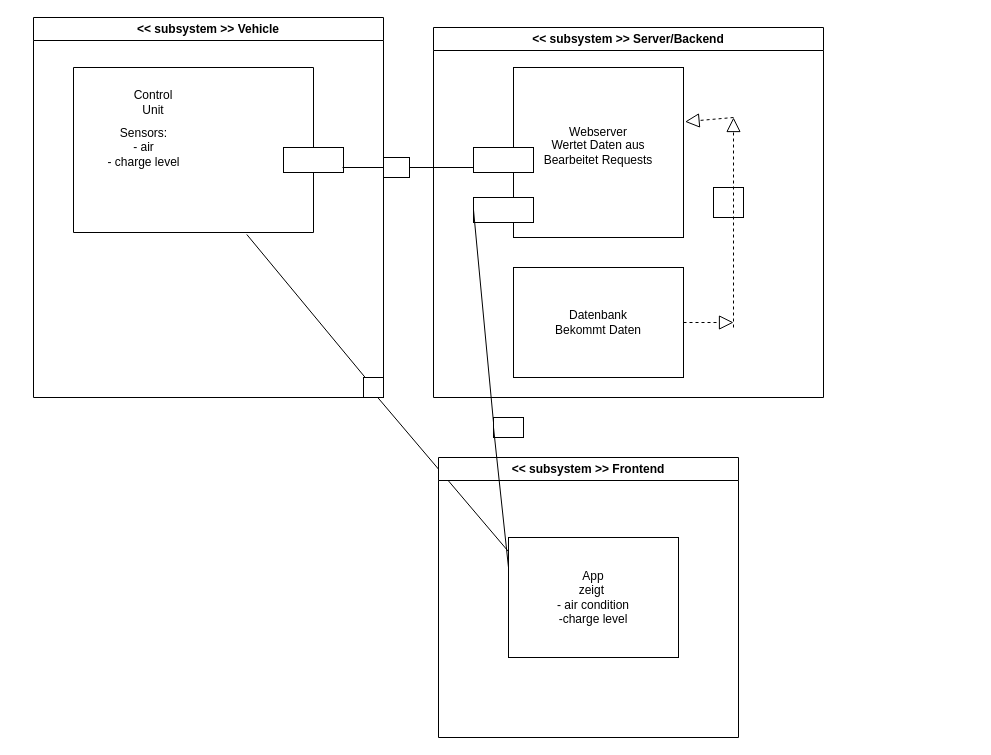
Before: Ass7-Q2.drawio in jasperangl/SE-Assignment-2, a draw.io diagram. Source tidied: cells renumbered, new cells numbered last; positions are measured from the earlier drawing's top-left corner, leaving out a move shared by most shapes. Both pictures are drawn from the tidied source at 100%, with x=0, y=0 at pixel (33, 17).
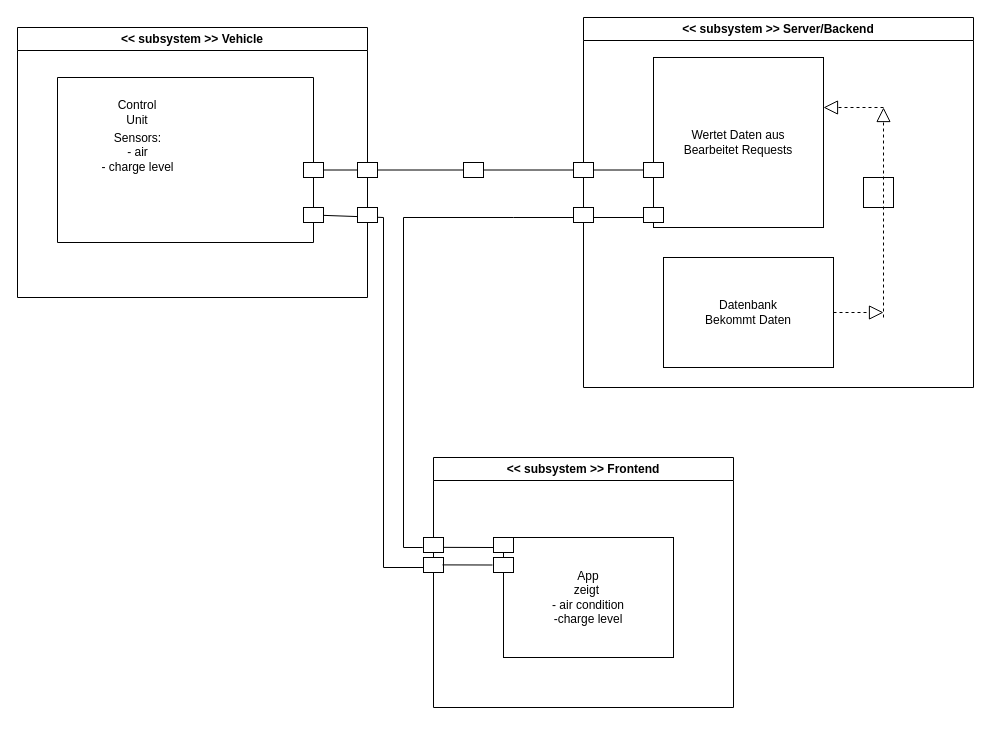
The same diagram, later.

Unchanged cells that the change refers to:
```xml
<mxCell id="19" value="App&lt;br&gt;zeigt&amp;nbsp;&lt;br&gt;- air condition&lt;br&gt;-charge level" style="rounded=0;whiteSpace=wrap;html=1;" parent="18" vertex="1">
  <mxGeometry x="70" y="80" width="170" height="120" as="geometry" />
</mxCell>
```

What changed in the source:
```diff
@@
-    <mxCell id="2" value="Wertet Daten aus&lt;br&gt;Bearbeitet Requests" style="whiteSpace=wrap;html=1;" parent="1" vertex="1">
-      <mxGeometry x="480" y="50" width="170" height="170" as="geometry" />
-    </mxCell>
-    <mxCell id="3" style="rounded=0;whiteSpace=wrap;html=1;" parent="1" vertex="1">
-      <mxGeometry x="440" y="130" width="60" height="25" as="geometry" />
-    </mxCell>
-    <mxCell id="4" style="rounded=0;whiteSpace=wrap;html=1;" parent="1" vertex="1">
-      <mxGeometry x="440" y="180" width="60" height="25" as="geometry" />
-    </mxCell>
     <mxCell id="5" value="&amp;lt;&amp;lt; subsystem &amp;gt;&amp;gt; Server/Backend" style="swimlane;whiteSpace=wrap;html=1;" parent="1" vertex="1">
-      <mxGeometry x="400" y="10" width="390" height="370" as="geometry" />
+      <mxGeometry x="550" width="390" height="370" as="geometry" />
     </mxCell>
@@
+    <mxCell id="25" style="endArrow=block;dashed=1;endFill=0;endSize=12;html=1;rounded=0;" parent="5" edge="1">
+      <mxGeometry relative="1" as="geometry">
+        <mxPoint x="300" y="300" as="sourcePoint" />
+        <mxPoint x="300" y="90" as="targetPoint" />
+      </mxGeometry>
+    </mxCell>
+    <mxCell id="2" value="Wertet Daten aus&lt;br&gt;Bearbeitet Requests" style="whiteSpace=wrap;html=1;" parent="5" vertex="1">
+      <mxGeometry x="70" y="40" width="170" height="170" as="geometry" />
+    </mxCell>
+    <mxCell id="3" style="rounded=0;whiteSpace=wrap;html=1;" parent="5" vertex="1">
+      <mxGeometry x="60" y="145" width="20" height="15" as="geometry" />
+    </mxCell>
+    <mxCell id="4" style="rounded=0;whiteSpace=wrap;html=1;" parent="5" vertex="1">
+      <mxGeometry x="60" y="190" width="20" height="15" as="geometry" />
+    </mxCell>
     <mxCell id="10" value="&amp;lt;&amp;lt; subsystem &amp;gt;&amp;gt; Vehicle" style="swimlane;whiteSpace=wrap;html=1;" parent="1" vertex="1">
-      <mxGeometry width="350" height="380" as="geometry" />
+      <mxGeometry x="-16" y="10" width="350" height="270" as="geometry" />
     </mxCell>
     <mxCell id="11" style="swimlane;startSize=0;" parent="10" vertex="1">
-      <mxGeometry x="40" y="50" width="240" height="165" as="geometry" />
+      <mxGeometry x="40" y="50" width="256" height="165" as="geometry" />
     </mxCell>
@@
+    <mxCell id="17" value="Sensors:&lt;br&gt;- air&lt;br&gt;- charge level" style="text;html=1;align=center;verticalAlign=middle;strokeColor=none;fillColor=none;" parent="11" vertex="1">
+      <mxGeometry x="30" y="45" width="100" height="60" as="geometry" />
+    </mxCell>
+    <mxCell id="27" style="endArrow=none;html=1;rounded=0;startArrow=none;" parent="10" edge="1" source="28">
+      <mxGeometry relative="1" as="geometry">
+        <mxPoint x="366" y="190" as="targetPoint" />
+      </mxGeometry>
+    </mxCell>
     <mxCell id="13" style="rounded=0;whiteSpace=wrap;html=1;" parent="10" vertex="1">
-      <mxGeometry x="250" y="130" width="60" height="25" as="geometry" />
+      <mxGeometry x="286" y="135" width="20" height="15" as="geometry" />
     </mxCell>
-    <mxCell id="14" style="endArrow=none;html=1;rounded=0;exitX=0.722;exitY=1.012;exitDx=0;exitDy=0;exitPerimeter=0;startArrow=none;" parent="10" edge="1" source="15">
-      <mxGeometry relative="1" as="geometry">
-        <mxPoint x="480" y="540" as="targetPoint" />
-      </mxGeometry>
-    </mxCell>
-    <mxCell id="15" style="rounded=0;whiteSpace=wrap;html=1;" parent="10" vertex="1">
-      <mxGeometry x="330" y="360" width="20" height="20" as="geometry" />
-    </mxCell>
-    <mxCell id="16" style="endArrow=none;html=1;rounded=0;exitX=0.722;exitY=1.012;exitDx=0;exitDy=0;exitPerimeter=0;" parent="10" edge="1" source="11" target="15">
-      <mxGeometry relative="1" as="geometry" />
-    </mxCell>
-    <mxCell id="17" value="Sensors:&lt;br&gt;- air&lt;br&gt;- charge level" style="text;html=1;align=center;verticalAlign=middle;strokeColor=none;fillColor=none;" parent="1" vertex="1">
-      <mxGeometry x="60" y="100" width="100" height="60" as="geometry" />
-    </mxCell>
+    <mxCell id="28" style="rounded=0;whiteSpace=wrap;html=1;" parent="10" vertex="1">
+      <mxGeometry x="286" y="180" width="20" height="15" as="geometry" />
+    </mxCell>
     <mxCell id="18" value="&amp;lt;&amp;lt; subsystem &amp;gt;&amp;gt; Frontend" style="swimlane;whiteSpace=wrap;html=1;" parent="1" vertex="1">
-      <mxGeometry x="405" y="440" width="300" height="280" as="geometry" />
+      <mxGeometry x="400" y="440" width="300" height="250" as="geometry" />
     </mxCell>
@@
-    <mxCell id="20" style="endArrow=none;html=1;rounded=0;" parent="1" edge="1">
-      <mxGeometry relative="1" as="geometry">
-        <mxPoint x="309" y="150" as="sourcePoint" />
-        <mxPoint x="440" y="150" as="targetPoint" />
-      </mxGeometry>
-    </mxCell>
-    <mxCell id="21" style="rounded=0;whiteSpace=wrap;html=1;" parent="1" vertex="1">
-      <mxGeometry x="350" y="140" width="26" height="20" as="geometry" />
-    </mxCell>
-    <mxCell id="22" style="endArrow=none;html=1;rounded=0;entryX=0;entryY=0.5;entryDx=0;entryDy=0;exitX=0;exitY=0.25;exitDx=0;exitDy=0;startArrow=none;" parent="1" edge="1" source="23" target="4">
-      <mxGeometry relative="1" as="geometry" />
-    </mxCell>
-    <mxCell id="23" style="rounded=0;whiteSpace=wrap;html=1;" parent="1" vertex="1">
-      <mxGeometry x="460" y="400" width="30" height="20" as="geometry" />
-    </mxCell>
-    <mxCell id="24" style="endArrow=none;html=1;rounded=0;entryX=0;entryY=0.5;entryDx=0;entryDy=0;exitX=0;exitY=0.25;exitDx=0;exitDy=0;" parent="1" edge="1" source="19" target="23">
-      <mxGeometry relative="1" as="geometry" />
-    </mxCell>
-    <mxCell id="25" style="endArrow=block;dashed=1;endFill=0;endSize=12;html=1;rounded=0;" parent="1" edge="1">
-      <mxGeometry relative="1" as="geometry">
-        <mxPoint x="700" y="310" as="sourcePoint" />
-        <mxPoint x="700" y="100" as="targetPoint" />
-      </mxGeometry>
-    </mxCell>
+    <mxCell id="29" style="rounded=0;whiteSpace=wrap;html=1;" parent="18" vertex="1">
+      <mxGeometry x="60" y="80" width="20" height="15" as="geometry" />
+    </mxCell>
+    <mxCell id="30" style="rounded=0;whiteSpace=wrap;html=1;" parent="18" vertex="1">
+      <mxGeometry x="-10" y="80" width="20" height="15" as="geometry" />
+    </mxCell>
+    <mxCell id="31" style="rounded=0;whiteSpace=wrap;html=1;" parent="18" vertex="1">
+      <mxGeometry x="-10" y="100" width="20" height="15" as="geometry" />
+    </mxCell>
+    <mxCell id="32" style="endArrow=none;html=1;rounded=0;entryX=0;entryY=0.5;entryDx=0;entryDy=0;" parent="18" edge="1">
+      <mxGeometry relative="1" as="geometry">
+        <mxPoint x="9" y="107.4" as="sourcePoint" />
+        <mxPoint x="59" y="107.5" as="targetPoint" />
+      </mxGeometry>
+    </mxCell>
-    <mxCell id="26" style="endArrow=block;dashed=1;endFill=0;endSize=12;html=1;rounded=0;entryX=1.009;entryY=0.319;entryDx=0;entryDy=0;entryPerimeter=0;" parent="1" edge="1" target="2">
+    <mxCell id="26" style="endArrow=block;dashed=1;endFill=0;endSize=12;html=1;rounded=0;" parent="1" edge="1">
       <mxGeometry relative="1" as="geometry">
-        <mxPoint x="700" y="100" as="sourcePoint" />
+        <mxPoint x="850" y="90" as="sourcePoint" />
+        <mxPoint x="790" y="90" as="targetPoint" />
       </mxGeometry>
     </mxCell>
+    <mxCell id="33" style="endArrow=none;html=1;rounded=0;" parent="1" edge="1">
+      <mxGeometry relative="1" as="geometry">
+        <mxPoint x="350" y="200" as="sourcePoint" />
+        <mxPoint x="350" y="550" as="targetPoint" />
+      </mxGeometry>
+    </mxCell>
+    <mxCell id="34" style="endArrow=none;html=1;rounded=0;entryX=0;entryY=0.25;entryDx=0;entryDy=0;startArrow=none;" parent="1" edge="1" source="41" target="19">
+      <mxGeometry relative="1" as="geometry" />
+    </mxCell>
+    <mxCell id="35" style="endArrow=none;html=1;rounded=0;exitX=1;exitY=0.5;exitDx=0;exitDy=0;entryX=0;entryY=0.5;entryDx=0;entryDy=0;startArrow=none;" parent="1" edge="1" source="36" target="3">
+      <mxGeometry relative="1" as="geometry" />
+    </mxCell>
+    <mxCell id="36" style="rounded=0;whiteSpace=wrap;html=1;" parent="1" vertex="1">
+      <mxGeometry x="430" y="145" width="20" height="15" as="geometry" />
+    </mxCell>
+    <mxCell id="37" style="endArrow=none;html=1;rounded=0;exitX=1;exitY=0.5;exitDx=0;exitDy=0;entryX=0;entryY=0.5;entryDx=0;entryDy=0;" parent="1" edge="1" source="13" target="36">
+      <mxGeometry relative="1" as="geometry" />
+    </mxCell>
+    <mxCell id="38" style="endArrow=none;html=1;rounded=0;" parent="1" edge="1">
+      <mxGeometry relative="1" as="geometry">
+        <mxPoint x="370" y="200" as="sourcePoint" />
+        <mxPoint x="610" y="200" as="targetPoint" />
+        <Array as="points">
+          <mxPoint x="480" y="200" />
+        </Array>
+      </mxGeometry>
+    </mxCell>
+    <mxCell id="39" style="endArrow=none;html=1;rounded=0;" parent="1" edge="1">
+      <mxGeometry relative="1" as="geometry">
+        <mxPoint x="370" y="530" as="sourcePoint" />
+        <mxPoint x="370" y="200" as="targetPoint" />
+      </mxGeometry>
+    </mxCell>
+    <mxCell id="40" style="endArrow=none;html=1;rounded=0;startArrow=none;exitX=0.977;exitY=0.658;exitDx=0;exitDy=0;exitPerimeter=0;" parent="1" edge="1" source="30">
+      <mxGeometry relative="1" as="geometry">
+        <mxPoint x="460" y="530" as="targetPoint" />
+      </mxGeometry>
+    </mxCell>
+    <mxCell id="41" style="rounded=0;whiteSpace=wrap;html=1;" parent="1" vertex="1">
+      <mxGeometry x="460" y="540" width="20" height="15" as="geometry" />
+    </mxCell>
+    <mxCell id="42" style="endArrow=none;html=1;rounded=0;" parent="1" edge="1">
+      <mxGeometry relative="1" as="geometry">
+        <mxPoint x="350" y="550" as="sourcePoint" />
+        <mxPoint x="390" y="550" as="targetPoint" />
+      </mxGeometry>
+    </mxCell>
+    <mxCell id="43" style="endArrow=none;html=1;rounded=0;entryX=-0.037;entryY=0.667;entryDx=0;entryDy=0;entryPerimeter=0;" parent="1" edge="1" target="30">
+      <mxGeometry relative="1" as="geometry">
+        <mxPoint x="370" y="530" as="sourcePoint" />
+      </mxGeometry>
+    </mxCell>
+    <mxCell id="44" style="rounded=0;whiteSpace=wrap;html=1;" parent="1" vertex="1">
+      <mxGeometry x="324" y="190" width="20" height="15" as="geometry" />
+    </mxCell>
+    <mxCell id="45" style="rounded=0;whiteSpace=wrap;html=1;" parent="1" vertex="1">
+      <mxGeometry x="324" y="145" width="20" height="15" as="geometry" />
+    </mxCell>
+    <mxCell id="46" style="rounded=0;whiteSpace=wrap;html=1;" parent="1" vertex="1">
+      <mxGeometry x="540" y="145" width="20" height="15" as="geometry" />
+    </mxCell>
+    <mxCell id="47" style="rounded=0;whiteSpace=wrap;html=1;" parent="1" vertex="1">
+      <mxGeometry x="540" y="190" width="20" height="15" as="geometry" />
+    </mxCell>
```
